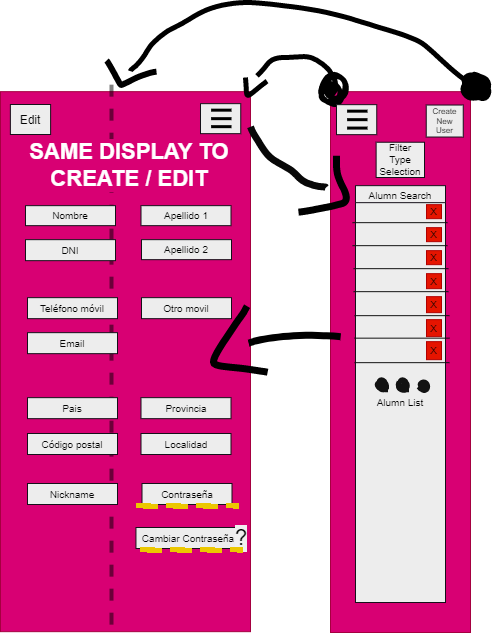
The draw.io diagram mockup/app.png in OsmanMehmed/Student-Management-App, before a commit. Source tidied: cells renumbered, new cells last; positions are measured from the earlier drawing's top-left corner, leaving out a move shared by most shapes.
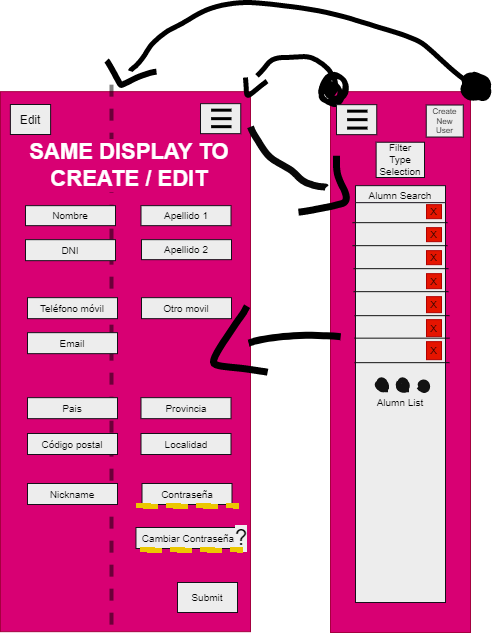
After the commit.

Diff of the diagram source:
```diff
@@ -191,5 +191,8 @@
     <mxCell id="64" value="&lt;font color=&quot;#030303&quot;&gt;Filter Type Selection&lt;br&gt;&lt;/font&gt;" style="rounded=0;whiteSpace=wrap;html=1;fontSize=10;strokeColor=#151019;fillColor=#EDEDED;" parent="1" vertex="1">
       <mxGeometry x="375.6" y="139.7" width="48.4" height="35.3" as="geometry" />
     </mxCell>
+    <mxCell id="65" value="&lt;font color=&quot;#030303&quot;&gt;Submit&lt;/font&gt;" style="rounded=0;whiteSpace=wrap;html=1;fontSize=10;strokeColor=#151019;fillColor=#EDEDED;" parent="1" vertex="1">
+      <mxGeometry x="177" y="580" width="60" height="30" as="geometry" />
+    </mxCell>
   </root>
 </mxGraphModel>
```
